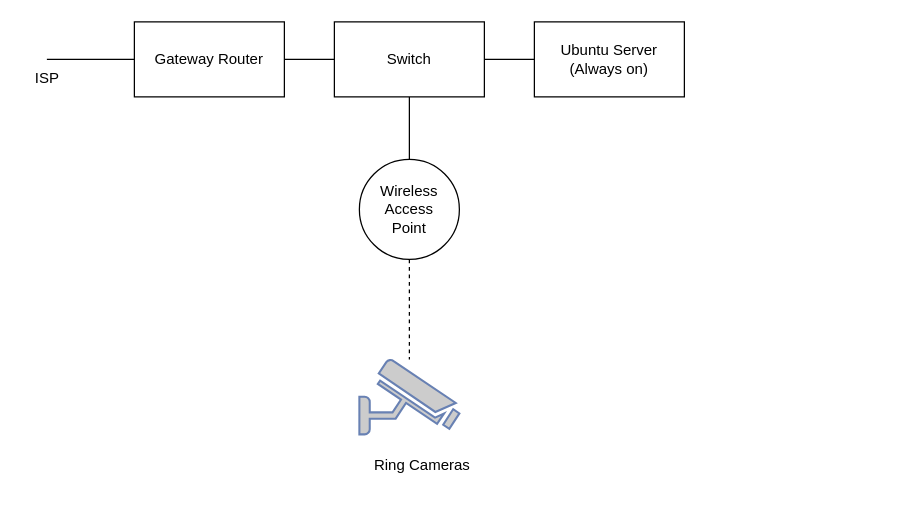
Before: page "Page-1" (1 of 2) of FTHomeMonitoring.drawio in jingz-dev/blog-assets, a draw.io diagram. Source tidied: cells renumbered, new cells numbered last; positions are measured from the earlier drawing's top-left corner, leaving out a move shared by most shapes. Both pictures are drawn from the tidied source at 125%, with x=0, y=0 at pixel (21, 21).
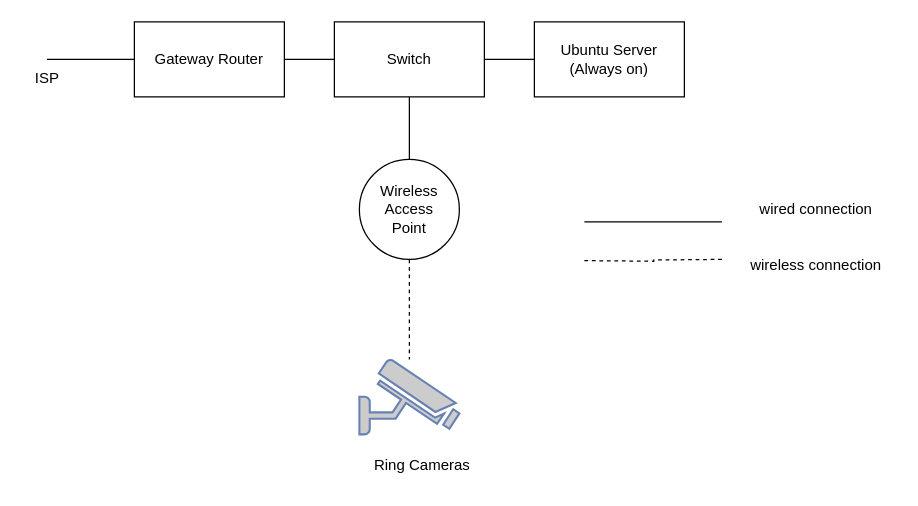
The same diagram, later.

What changed in the source:
```diff
@@
+    <mxCell id="14" style="edgeStyle=orthogonalEdgeStyle;rounded=0;orthogonalLoop=1;jettySize=auto;html=1;endArrow=none;endFill=0;" parent="1" edge="1">
+      <mxGeometry relative="1" as="geometry">
+        <mxPoint x="450" y="160" as="sourcePoint" />
+        <mxPoint x="560" y="160" as="targetPoint" />
+      </mxGeometry>
+    </mxCell>
+    <mxCell id="15" style="edgeStyle=orthogonalEdgeStyle;rounded=0;orthogonalLoop=1;jettySize=auto;html=1;endArrow=none;endFill=0;dashed=1;" parent="1" edge="1">
+      <mxGeometry relative="1" as="geometry">
+        <mxPoint x="560" y="190" as="sourcePoint" />
+        <mxPoint x="450" y="191" as="targetPoint" />
+      </mxGeometry>
+    </mxCell>
+    <mxCell id="16" value="wired connection" style="text;html=1;align=center;verticalAlign=middle;strokeColor=none;fillColor=none;" parent="1" vertex="1">
+      <mxGeometry x="580" y="135" width="110" height="30" as="geometry" />
+    </mxCell>
+    <mxCell id="17" value="wireless connection" style="text;html=1;align=center;verticalAlign=middle;strokeColor=none;fillColor=none;" parent="1" vertex="1">
+      <mxGeometry x="570" y="180" width="130" height="30" as="geometry" />
+    </mxCell>
```
